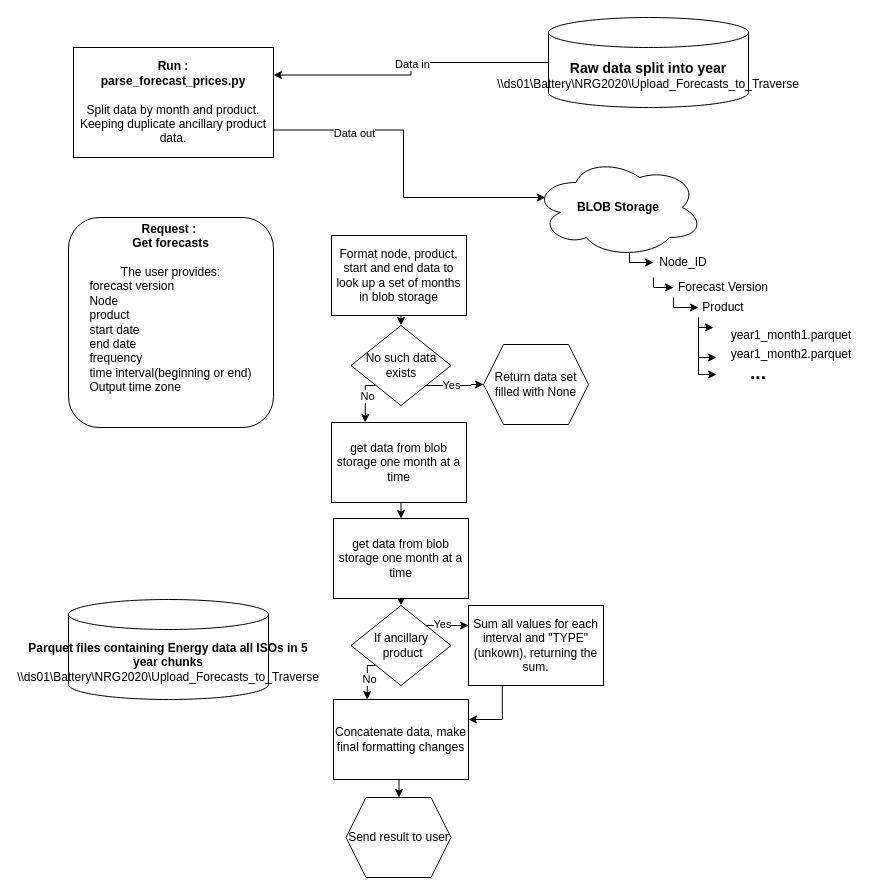
Before: page "Page-1" (1 of 2) of design_prop_1.drawio in rmFlynn/Wrighton_diagrams, a draw.io diagram. Source tidied: cells renumbered, new cells numbered last; positions are measured from the earlier drawing's top-left corner, leaving out a move shared by most shapes. Both pictures are drawn from the tidied source at 100%, with x=0, y=0 at pixel (68, 17).
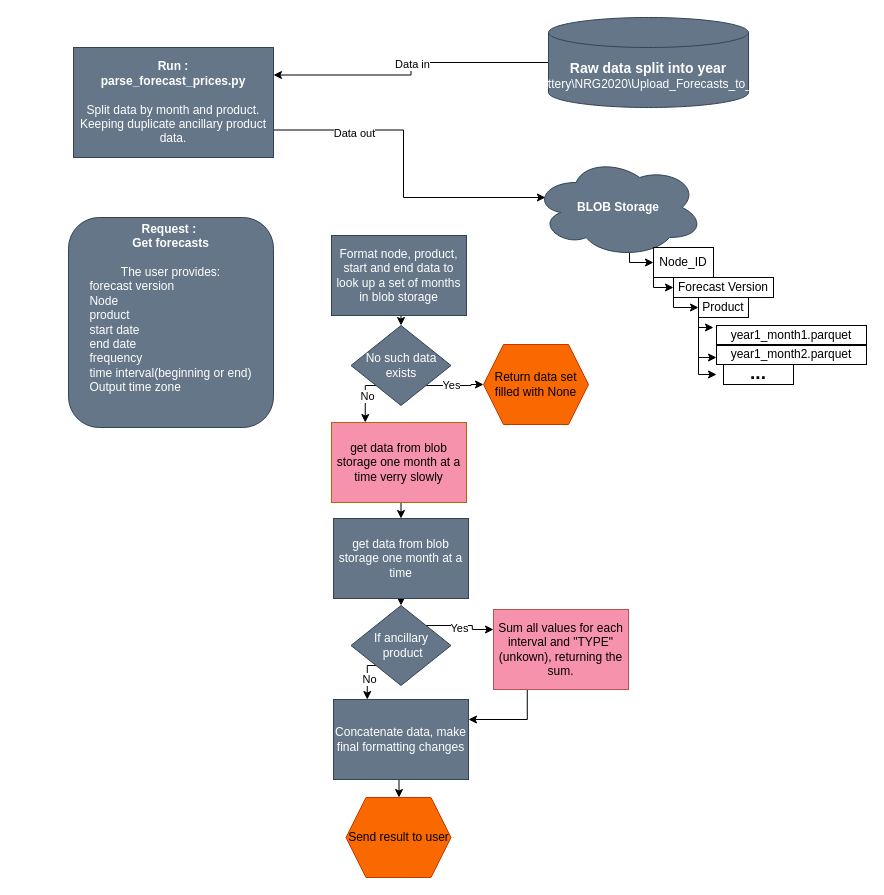
The same page after the edit.

The change refers to these unchanged cells:
```xml
<mxCell id="18" style="edgeStyle=orthogonalEdgeStyle;rounded=0;jettySize=auto;html=1;exitX=1;exitY=0;exitDx=0;exitDy=0;entryX=0;entryY=0.25;entryDx=0;entryDy=0;" parent="1" edge="1" source="22" target="42">
  <mxGeometry relative="1" as="geometry" />
</mxCell>
```

Diff of the diagram source:
```diff
@@
-    <mxCell id="4" value="&lt;font style=&quot;font-size: 14px;&quot;&gt;&lt;b&gt;Raw data split into year&lt;/b&gt;&lt;/font&gt;&lt;br&gt;\\ds01\Battery\NRG2020\Upload_Forecasts_to_Traverse" style="shape=cylinder3;whiteSpace=wrap;html=1;boundedLbl=1;backgroundOutline=1;size=15;" parent="1" vertex="1">
+    <mxCell id="4" value="&lt;font style=&quot;font-size: 14px;&quot;&gt;&lt;b&gt;Raw data split into year&lt;/b&gt;&lt;/font&gt;&lt;br&gt;\\ds01\Battery\NRG2020\Upload_Forecasts_to_Traverse" style="shape=cylinder3;whiteSpace=wrap;html=1;boundedLbl=1;backgroundOutline=1;size=15;fillColor=#647687;fontColor=#ffffff;strokeColor=#314354;" parent="1" vertex="1">
       <mxGeometry x="480" width="200" height="90" as="geometry" />
     </mxCell>
-    <mxCell id="5" value="&lt;b&gt;Parquet files containing Energy data all ISOs in 5 year chunks&lt;/b&gt;&lt;br&gt;\\ds01\Battery\NRG2020\Upload_Forecasts_to_Traverse" style="shape=cylinder3;whiteSpace=wrap;html=1;boundedLbl=1;backgroundOutline=1;size=15;" parent="1" vertex="1">
-      <mxGeometry y="582" width="200" height="100" as="geometry" />
-    </mxCell>
-    <mxCell id="6" style="edgeStyle=orthogonalEdgeStyle;rounded=0;jettySize=auto;html=1;exitX=0.55;exitY=0.95;exitDx=0;exitDy=0;exitPerimeter=0;entryX=0;entryY=0.5;entryDx=0;entryDy=0;" parent="1" edge="1" source="7" target="9">
+    <mxCell id="6" style="edgeStyle=orthogonalEdgeStyle;rounded=0;jettySize=auto;html=1;exitX=0.55;exitY=0.95;exitDx=0;exitDy=0;exitPerimeter=0;entryX=0;entryY=0.5;entryDx=0;entryDy=0;strokeColor=#000000;" parent="1" edge="1" source="7" target="9">
       <mxGeometry relative="1" as="geometry">
         <Array as="points">
           <mxPoint x="561" y="245" />
         </Array>
       </mxGeometry>
     </mxCell>
-    <mxCell id="7" value="&lt;b&gt;BLOB Storage&lt;/b&gt;" style="ellipse;shape=cloud;whiteSpace=wrap;html=1;" parent="1" vertex="1">
+    <mxCell id="7" value="&lt;b&gt;BLOB Storage&lt;/b&gt;" style="ellipse;shape=cloud;whiteSpace=wrap;html=1;fillColor=#647687;fontColor=#ffffff;strokeColor=#314354;" parent="1" vertex="1">
       <mxGeometry x="465" y="140" width="170" height="100" as="geometry" />
     </mxCell>
-    <mxCell id="8" style="edgeStyle=orthogonalEdgeStyle;rounded=0;jettySize=auto;html=1;exitX=0;exitY=1;exitDx=0;exitDy=0;entryX=0;entryY=0.5;entryDx=0;entryDy=0;" parent="1" edge="1" source="9" target="11">
+    <mxCell id="8" style="edgeStyle=orthogonalEdgeStyle;rounded=0;jettySize=auto;html=1;exitX=0;exitY=1;exitDx=0;exitDy=0;entryX=0;entryY=0.5;entryDx=0;entryDy=0;strokeColor=#000000;" parent="1" edge="1" source="9" target="11">
       <mxGeometry relative="1" as="geometry">
         <Array as="points">
           <mxPoint x="585" y="270" />
         </Array>
       </mxGeometry>
     </mxCell>
-    <mxCell id="9" value="Node_ID" style="text;html=1;strokeColor=none;fillColor=none;align=center;verticalAlign=middle;whiteSpace=wrap;rounded=0;" parent="1" vertex="1">
+    <mxCell id="9" value="Node_ID" style="text;html=1;strokeColor=#000000;fillColor=none;align=center;verticalAlign=middle;whiteSpace=wrap;rounded=0;" parent="1" vertex="1">
       <mxGeometry x="585" y="230" width="60" height="30" as="geometry" />
     </mxCell>
-    <mxCell id="10" style="edgeStyle=orthogonalEdgeStyle;rounded=0;jettySize=auto;html=1;exitX=0;exitY=1;exitDx=0;exitDy=0;entryX=0;entryY=0.5;entryDx=0;entryDy=0;" parent="1" edge="1" source="11" target="13">
+    <mxCell id="10" style="edgeStyle=orthogonalEdgeStyle;rounded=0;jettySize=auto;html=1;exitX=0;exitY=1;exitDx=0;exitDy=0;entryX=0;entryY=0.5;entryDx=0;entryDy=0;strokeColor=#000000;" parent="1" edge="1" source="11" target="13">
       <mxGeometry relative="1" as="geometry">
         <Array as="points">
           <mxPoint x="605" y="290" />
         </Array>
       </mxGeometry>
     </mxCell>
-    <mxCell id="11" value="Forecast Version" style="text;html=1;strokeColor=none;fillColor=none;align=center;verticalAlign=middle;whiteSpace=wrap;rounded=0;" parent="1" vertex="1">
+    <mxCell id="11" value="Forecast Version" style="text;html=1;strokeColor=#000000;fillColor=none;align=center;verticalAlign=middle;whiteSpace=wrap;rounded=0;" parent="1" vertex="1">
       <mxGeometry x="605" y="260" width="100" height="20" as="geometry" />
     </mxCell>
-    <mxCell id="12" style="edgeStyle=orthogonalEdgeStyle;rounded=0;jettySize=auto;html=1;exitX=0;exitY=1;exitDx=0;exitDy=0;" parent="1" edge="1" source="13">
+    <mxCell id="12" style="edgeStyle=orthogonalEdgeStyle;rounded=0;jettySize=auto;html=1;exitX=0;exitY=1;exitDx=0;exitDy=0;strokeColor=#000000;" parent="1" edge="1" source="13">
       <mxGeometry relative="1" as="geometry">
         <mxPoint x="645" y="310" as="targetPoint" />
         <Array as="points">
           <mxPoint x="630" y="310" />
         </Array>
       </mxGeometry>
     </mxCell>
-    <mxCell id="13" value="Product" style="text;html=1;strokeColor=none;fillColor=none;align=center;verticalAlign=middle;whiteSpace=wrap;rounded=0;" parent="1" vertex="1">
+    <mxCell id="13" value="Product" style="text;html=1;strokeColor=#000000;fillColor=none;align=center;verticalAlign=middle;whiteSpace=wrap;rounded=0;" parent="1" vertex="1">
       <mxGeometry x="630" y="280" width="50" height="20" as="geometry" />
     </mxCell>
-    <mxCell id="14" value="year1_month2.parquet" style="text;html=1;strokeColor=none;fillColor=none;align=center;verticalAlign=middle;whiteSpace=wrap;rounded=0;" parent="1" vertex="1">
+    <mxCell id="14" value="year1_month2.parquet" style="text;html=1;strokeColor=#000000;fillColor=none;align=center;verticalAlign=middle;whiteSpace=wrap;rounded=0;" parent="1" vertex="1">
       <mxGeometry x="648" y="327" width="150" height="20" as="geometry" />
     </mxCell>
@@
-    <mxCell id="17" value="&lt;div&gt;&lt;b&gt;Run :&lt;/b&gt;&lt;/div&gt;&lt;div&gt;&lt;b&gt;parse_forecast_prices.py&lt;/b&gt;&lt;/div&gt;&lt;div&gt;&lt;b&gt;&lt;br&gt;&lt;/b&gt;&lt;/div&gt;&lt;div&gt;Split data by month and product. Keeping duplicate ancillary product data.&lt;/div&gt;" style="rounded=0;whiteSpace=wrap;html=1;direction=west;fontStyle=0;" parent="1" vertex="1">
+    <mxCell id="17" value="&lt;div&gt;&lt;b&gt;Run :&lt;/b&gt;&lt;/div&gt;&lt;div&gt;&lt;b&gt;parse_forecast_prices.py&lt;/b&gt;&lt;/div&gt;&lt;div&gt;&lt;b&gt;&lt;br&gt;&lt;/b&gt;&lt;/div&gt;&lt;div&gt;Split data by month and product. Keeping duplicate ancillary product data.&lt;/div&gt;" style="rounded=0;whiteSpace=wrap;html=1;direction=west;fontStyle=0;fillColor=#647687;fontColor=#ffffff;strokeColor=#314354;" parent="1" vertex="1">
       <mxGeometry x="5" y="30" width="200" height="110" as="geometry" />
     </mxCell>
@@
     <mxCell id="19" value="Yes" style="edgeLabel;html=1;align=center;verticalAlign=middle;" parent="18" vertex="1">
-      <mxGeometry x="-0.63" y="2" relative="1" as="geometry" />
+      <mxGeometry x="-0.63" y="2" relative="1" as="geometry">
+        <mxPoint x="20" y="4" as="offset" />
+      </mxGeometry>
     </mxCell>
@@
-    <mxCell id="22" value="&lt;div&gt;If ancillary&lt;/div&gt;&lt;div&gt;&amp;nbsp;product&lt;/div&gt;" style="rhombus;whiteSpace=wrap;html=1;" parent="1" vertex="1">
+    <mxCell id="22" value="&lt;div&gt;If ancillary&lt;/div&gt;&lt;div&gt;&amp;nbsp;product&lt;/div&gt;" style="rhombus;whiteSpace=wrap;html=1;fillColor=#647687;fontColor=#ffffff;strokeColor=#314354;" parent="1" vertex="1">
       <mxGeometry x="282.5" y="588" width="100" height="80" as="geometry" />
     </mxCell>
-    <mxCell id="23" value="&lt;div&gt;&lt;b&gt;Request :&amp;nbsp;&lt;/b&gt;&lt;/div&gt;&lt;div&gt;&lt;b&gt;Get forecasts&lt;br&gt;&lt;/b&gt;&lt;/div&gt;&lt;div&gt;&lt;b&gt;&lt;br&gt;&lt;/b&gt;&lt;/div&gt;&lt;div align=&quot;center&quot;&gt;The user provides:&lt;/div&gt;&lt;div align=&quot;left&quot;&gt;forecast version&lt;/div&gt;&lt;div align=&quot;left&quot;&gt;Node&lt;/div&gt;&lt;div align=&quot;left&quot;&gt;product&lt;/div&gt;&lt;div align=&quot;left&quot;&gt;start date&lt;/div&gt;&lt;div align=&quot;left&quot;&gt;end date&lt;/div&gt;&lt;div align=&quot;left&quot;&gt;frequency&lt;br&gt;&lt;/div&gt;&lt;div align=&quot;left&quot;&gt;time interval(beginning or end)&lt;/div&gt;&lt;div align=&quot;left&quot;&gt;Output time zone&lt;br&gt;&lt;/div&gt;&lt;div&gt;&lt;br&gt;&lt;br&gt;&lt;/div&gt;" style="rounded=1;whiteSpace=wrap;html=1;" parent="1" vertex="1">
+    <mxCell id="23" value="&lt;div&gt;&lt;b&gt;Request :&amp;nbsp;&lt;/b&gt;&lt;/div&gt;&lt;div&gt;&lt;b&gt;Get forecasts&lt;br&gt;&lt;/b&gt;&lt;/div&gt;&lt;div&gt;&lt;b&gt;&lt;br&gt;&lt;/b&gt;&lt;/div&gt;&lt;div align=&quot;center&quot;&gt;The user provides:&lt;/div&gt;&lt;div align=&quot;left&quot;&gt;forecast version&lt;/div&gt;&lt;div align=&quot;left&quot;&gt;Node&lt;/div&gt;&lt;div align=&quot;left&quot;&gt;product&lt;/div&gt;&lt;div align=&quot;left&quot;&gt;start date&lt;/div&gt;&lt;div align=&quot;left&quot;&gt;end date&lt;/div&gt;&lt;div align=&quot;left&quot;&gt;frequency&lt;br&gt;&lt;/div&gt;&lt;div align=&quot;left&quot;&gt;time interval(beginning or end)&lt;/div&gt;&lt;div align=&quot;left&quot;&gt;Output time zone&lt;br&gt;&lt;/div&gt;&lt;div&gt;&lt;br&gt;&lt;br&gt;&lt;/div&gt;" style="rounded=1;whiteSpace=wrap;html=1;fillColor=#647687;fontColor=#ffffff;strokeColor=#314354;" parent="1" vertex="1">
       <mxGeometry y="200" width="205" height="210" as="geometry" />
     </mxCell>
@@
-    <mxCell id="25" value="&lt;div&gt;Format node, product, start and end data to look up a set of months in blob storage&lt;/div&gt;" style="rounded=0;whiteSpace=wrap;html=1;" parent="1" vertex="1">
+    <mxCell id="25" value="&lt;div&gt;Format node, product, start and end data to look up a set of months in blob storage&lt;/div&gt;" style="rounded=0;whiteSpace=wrap;html=1;fillColor=#647687;fontColor=#ffffff;strokeColor=#314354;" parent="1" vertex="1">
       <mxGeometry x="263" y="218" width="135" height="80" as="geometry" />
     </mxCell>
-    <mxCell id="26" value="year1_month1.parquet" style="text;html=1;strokeColor=none;fillColor=none;align=center;verticalAlign=middle;whiteSpace=wrap;rounded=0;" parent="1" vertex="1">
+    <mxCell id="26" value="year1_month1.parquet" style="text;html=1;strokeColor=#000000;fillColor=none;align=center;verticalAlign=middle;whiteSpace=wrap;rounded=0;" parent="1" vertex="1">
       <mxGeometry x="648" y="308" width="150" height="20" as="geometry" />
     </mxCell>
-    <mxCell id="27" value="&lt;p style=&quot;line-height: 140%; font-size: 13px;&quot;&gt;&lt;font size=&quot;1&quot;&gt;&lt;b style=&quot;font-size: 19px;&quot;&gt;...&lt;/b&gt;&lt;/font&gt;&lt;/p&gt;" style="text;html=1;strokeColor=none;fillColor=none;align=center;verticalAlign=middle;whiteSpace=wrap;rounded=0;" parent="1" vertex="1">
+    <mxCell id="27" value="&lt;p style=&quot;line-height: 140%; font-size: 13px;&quot;&gt;&lt;font size=&quot;1&quot;&gt;&lt;b style=&quot;font-size: 19px;&quot;&gt;...&lt;/b&gt;&lt;/font&gt;&lt;/p&gt;" style="text;html=1;strokeColor=#000000;fillColor=none;align=center;verticalAlign=middle;whiteSpace=wrap;rounded=0;" parent="1" vertex="1">
       <mxGeometry x="655" y="347" width="70" height="20" as="geometry" />
     </mxCell>
-    <mxCell id="28" style="edgeStyle=orthogonalEdgeStyle;rounded=0;jettySize=auto;html=1;exitX=0;exitY=1;exitDx=0;exitDy=0;" parent="1" edge="1" target="14">
+    <mxCell id="28" style="edgeStyle=orthogonalEdgeStyle;rounded=0;jettySize=auto;html=1;exitX=0;exitY=1;exitDx=0;exitDy=0;strokeColor=#000000;" parent="1" edge="1" target="14">
       <mxGeometry relative="1" as="geometry">
         <mxPoint x="630" y="300" as="sourcePoint" />
         <Array as="points">
           <mxPoint x="630" y="340" />
         </Array>
       </mxGeometry>
     </mxCell>
-    <mxCell id="29" style="edgeStyle=orthogonalEdgeStyle;rounded=0;orthogonalLoop=1;jettySize=auto;html=1;exitX=0;exitY=1;exitDx=0;exitDy=0;" parent="1" edge="1">
+    <mxCell id="29" style="edgeStyle=orthogonalEdgeStyle;rounded=0;orthogonalLoop=1;jettySize=auto;html=1;exitX=0;exitY=1;exitDx=0;exitDy=0;strokeColor=#000000;" parent="1" edge="1">
       <mxGeometry relative="1" as="geometry">
         <mxPoint x="630" y="317" as="sourcePoint" />
         <mxPoint x="648" y="357" as="targetPoint" />
         <Array as="points">
           <mxPoint x="630" y="357" />
         </Array>
       </mxGeometry>
     </mxCell>
@@
-    <mxCell id="31" value="get data from blob storage one month at a time" style="rounded=0;whiteSpace=wrap;html=1;" parent="1" vertex="1">
+    <mxCell id="31" value="get data from blob storage one month at a time verry slowly" style="rounded=0;whiteSpace=wrap;html=1;fillColor=#F792AD;strokeColor=#b46504;" parent="1" vertex="1">
       <mxGeometry x="263" y="405" width="135" height="80" as="geometry" />
     </mxCell>
@@
-    <mxCell id="33" value="get data from blob storage one month at a time" style="rounded=0;whiteSpace=wrap;html=1;" parent="1" vertex="1">
+    <mxCell id="33" value="get data from blob storage one month at a time" style="rounded=0;whiteSpace=wrap;html=1;fillColor=#647687;fontColor=#ffffff;strokeColor=#314354;" parent="1" vertex="1">
       <mxGeometry x="265" y="501" width="135" height="80" as="geometry" />
     </mxCell>
@@
-    <mxCell id="35" value="Concatenate data, make final formatting changes " style="rounded=0;whiteSpace=wrap;html=1;" parent="1" vertex="1">
+    <mxCell id="35" value="Concatenate data, make final formatting changes " style="rounded=0;whiteSpace=wrap;html=1;fillColor=#647687;fontColor=#ffffff;strokeColor=#314354;" parent="1" vertex="1">
       <mxGeometry x="265" y="682" width="135" height="80" as="geometry" />
     </mxCell>
@@
-    <mxCell id="40" value="&lt;div&gt;No such data&lt;/div&gt;&lt;div&gt;exists&lt;br&gt;&lt;/div&gt;" style="rhombus;whiteSpace=wrap;html=1;" parent="1" vertex="1">
+    <mxCell id="40" value="&lt;div&gt;No such data&lt;/div&gt;&lt;div&gt;exists&lt;br&gt;&lt;/div&gt;" style="rhombus;whiteSpace=wrap;html=1;fillColor=#647687;fontColor=#ffffff;strokeColor=#314354;" parent="1" vertex="1">
       <mxGeometry x="282.5" y="308" width="100" height="80" as="geometry" />
     </mxCell>
@@
-    <mxCell id="42" value="Sum all values for each interval and &quot;TYPE&quot;(unkown), returning the sum." style="rounded=0;whiteSpace=wrap;html=1;" parent="1" vertex="1">
-      <mxGeometry x="400" y="588" width="135" height="80" as="geometry" />
+    <mxCell id="42" value="Sum all values for each interval and &quot;TYPE&quot;(unkown), returning the sum." style="rounded=0;whiteSpace=wrap;html=1;fillColor=#F792AD;strokeColor=#b85450;" parent="1" vertex="1">
+      <mxGeometry x="425" y="592" width="135" height="80" as="geometry" />
     </mxCell>
-    <mxCell id="43" value="Return data set filled with None" style="shape=hexagon;perimeter=hexagonPerimeter2;whiteSpace=wrap;html=1;fixedSize=1;" parent="1" vertex="1">
+    <mxCell id="43" value="Return data set filled with None" style="shape=hexagon;perimeter=hexagonPerimeter2;whiteSpace=wrap;html=1;fixedSize=1;fillColor=#fa6800;fontColor=#000000;strokeColor=#C73500;" parent="1" vertex="1">
       <mxGeometry x="415" y="327" width="105" height="80" as="geometry" />
     </mxCell>
-    <mxCell id="44" value="Send result to user" style="shape=hexagon;perimeter=hexagonPerimeter2;whiteSpace=wrap;html=1;fixedSize=1;" parent="1" vertex="1">
+    <mxCell id="44" value="Send result to user" style="shape=hexagon;perimeter=hexagonPerimeter2;whiteSpace=wrap;html=1;fixedSize=1;fillColor=#fa6800;fontColor=#000000;strokeColor=#C73500;" parent="1" vertex="1">
       <mxGeometry x="277.5" y="780" width="105" height="80" as="geometry" />
     </mxCell>
```
